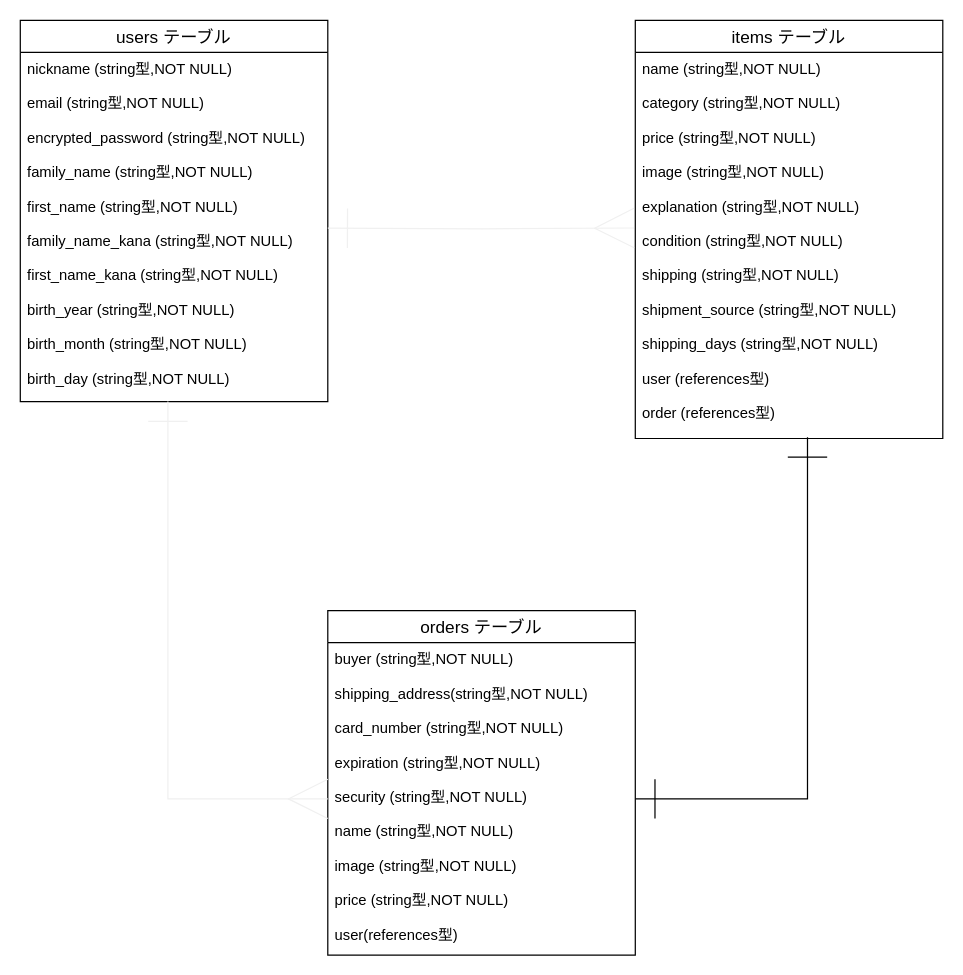
tbs1117/furima-36412 keeps this draw.io diagram as test.dio. Above is the earlier version. Source tidied: cells renumbered, new cells numbered last; positions are measured from the earlier drawing's top-left corner, leaving out a move shared by most shapes. Both pictures are drawn from the tidied source at 123%, with x=0, y=0 at pixel (20, 20).
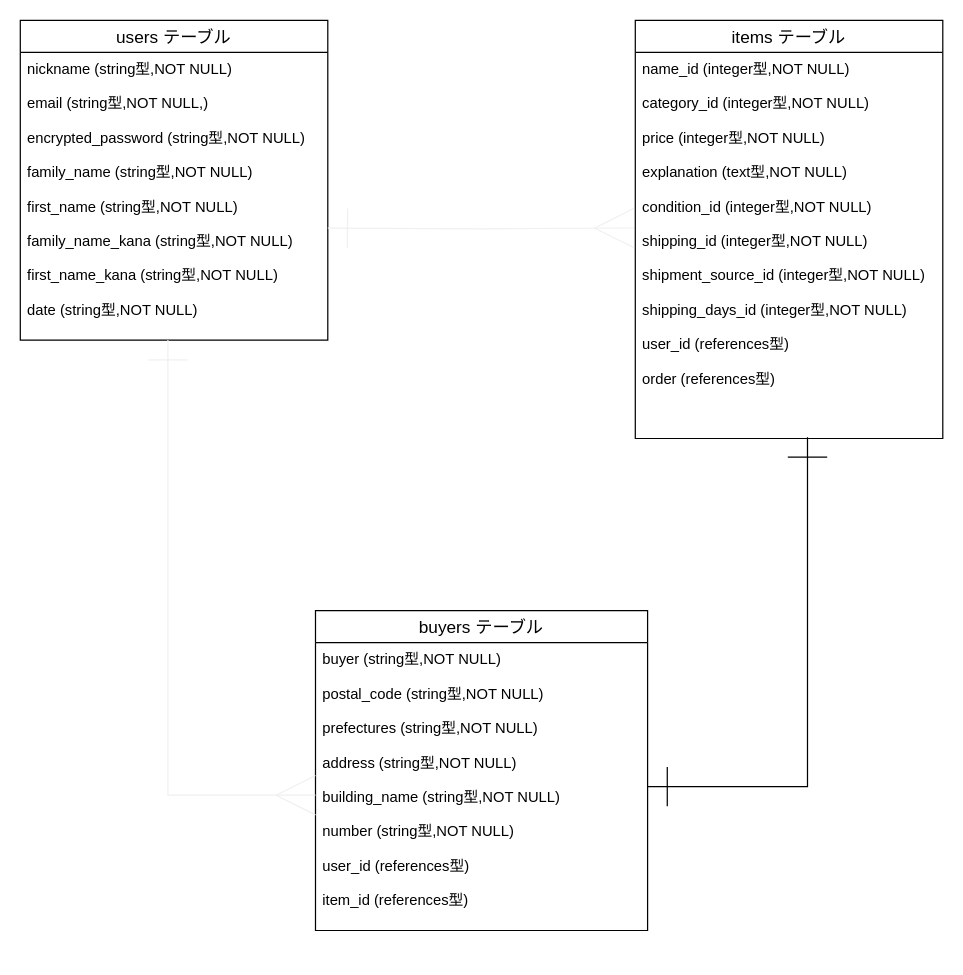
The same page after the edit.

Commit message (it also covers changes not shown here):
データベース設計の修正

Diff of the diagram source:
```diff
@@
 <mxGraphModel>
   <root>
     <mxCell id="0" />
     <mxCell id="1" parent="0" />
     <mxCell id="2" value="users テーブル" style="swimlane;fontStyle=0;horizontal=1;startSize=26;align=center;fontSize=14;" parent="1" vertex="1">
-      <mxGeometry width="250" height="310" as="geometry" />
+      <mxGeometry width="250" height="260" as="geometry" />
     </mxCell>
-    <mxCell id="3" value="nickname (string型,NOT NULL)&#10;&#10;email (string型,NOT NULL)&#10;&#10;encrypted_password (string型,NOT NULL)&#10;&#10;family_name (string型,NOT NULL)&#10;&#10;first_name (string型,NOT NULL)&#10;&#10;family_name_kana (string型,NOT NULL)&#10;&#10;first_name_kana (string型,NOT NULL)&#10;&#10;birth_year (string型,NOT NULL)&#10;&#10;birth_month (string型,NOT NULL)&#10;&#10;birth_day (string型,NOT NULL)" style="text;strokeColor=none;fillColor=none;spacingLeft=4;spacingRight=4;overflow=hidden;points=[[0,0.5],[1,0.5]];portConstraint=eastwest;fontSize=12;" parent="2" vertex="1">
-      <mxGeometry y="26" width="250" height="284" as="geometry" />
+    <mxCell id="3" value="nickname (string型,NOT NULL)&#10;&#10;email (string型,NOT NULL,)&#10;&#10;encrypted_password (string型,NOT NULL)&#10;&#10;family_name (string型,NOT NULL)&#10;&#10;first_name (string型,NOT NULL)&#10;&#10;family_name_kana (string型,NOT NULL)&#10;&#10;first_name_kana (string型,NOT NULL)&#10;&#10;date (string型,NOT NULL)" style="text;strokeColor=none;fillColor=none;spacingLeft=4;spacingRight=4;overflow=hidden;points=[[0,0.5],[1,0.5]];portConstraint=eastwest;fontSize=12;" parent="2" vertex="1">
+      <mxGeometry y="26" width="250" height="234" as="geometry" />
     </mxCell>
     <mxCell id="4" value="items テーブル" style="swimlane;fontStyle=0;horizontal=1;startSize=26;align=center;fontSize=14;" parent="1" vertex="1">
       <mxGeometry x="500" width="250" height="340" as="geometry" />
     </mxCell>
-    <mxCell id="5" value="name (string型,NOT NULL)&#10;&#10;category (string型,NOT NULL)&#10;&#10;price (string型,NOT NULL)&#10;&#10;image (string型,NOT NULL)&#10;&#10;explanation (string型,NOT NULL)&#10;&#10;condition (string型,NOT NULL)&#10;&#10;shipping (string型,NOT NULL)&#10;&#10;shipment_source (string型,NOT NULL)&#10;&#10;shipping_days (string型,NOT NULL)&#10;&#10;user (references型)&#10;&#10;order (references型)" style="text;strokeColor=none;fillColor=none;spacingLeft=4;spacingRight=4;overflow=hidden;points=[[0,0.5],[1,0.5]];portConstraint=eastwest;fontSize=12;" parent="4" vertex="1">
+    <mxCell id="5" value="name_id (integer型,NOT NULL)&#10;&#10;category_id (integer型,NOT NULL)&#10;&#10;price (integer型,NOT NULL)&#10;&#10;explanation (text型,NOT NULL)&#10;&#10;condition_id (integer型,NOT NULL)&#10;&#10;shipping_id (integer型,NOT NULL)&#10;&#10;shipment_source_id (integer型,NOT NULL)&#10;&#10;shipping_days_id (integer型,NOT NULL)&#10;&#10;user_id (references型)&#10;&#10;order (references型)" style="text;strokeColor=none;fillColor=none;spacingLeft=4;spacingRight=4;overflow=hidden;points=[[0,0.5],[1,0.5]];portConstraint=eastwest;fontSize=12;" parent="4" vertex="1">
       <mxGeometry y="26" width="250" height="314" as="geometry" />
     </mxCell>
-    <mxCell id="6" value="orders テーブル" style="swimlane;fontStyle=0;horizontal=1;startSize=26;align=center;fontSize=14;" parent="1" vertex="1">
-      <mxGeometry x="250" y="480" width="250" height="280" as="geometry" />
+    <mxCell id="6" value="buyers テーブル" style="swimlane;fontStyle=0;horizontal=1;startSize=26;align=center;fontSize=14;" parent="1" vertex="1">
+      <mxGeometry x="240" y="480" width="270" height="260" as="geometry" />
     </mxCell>
-    <mxCell id="7" value="buyer (string型,NOT NULL)&#10;&#10;shipping_address(string型,NOT NULL)&#10;&#10;card_number (string型,NOT NULL)&#10;&#10;expiration (string型,NOT NULL)&#10;&#10;security (string型,NOT NULL)&#10;&#10;name (string型,NOT NULL)&#10;&#10;image (string型,NOT NULL)&#10;&#10;price (string型,NOT NULL)&#10;&#10;user(references型)" style="text;strokeColor=none;fillColor=none;spacingLeft=4;spacingRight=4;overflow=hidden;points=[[0,0.5],[1,0.5]];portConstraint=eastwest;fontSize=12;" parent="6" vertex="1">
-      <mxGeometry y="26" width="250" height="254" as="geometry" />
+    <mxCell id="7" value="buyer (string型,NOT NULL)&#10;&#10;postal_code (string型,NOT NULL)&#10;&#10;prefectures (string型,NOT NULL)&#10;&#10;address (string型,NOT NULL)&#10;&#10;building_name (string型,NOT NULL)&#10;&#10;number (string型,NOT NULL)&#10;&#10;user_id (references型)&#10;&#10;item_id (references型)&#10;&#10;" style="text;strokeColor=none;fillColor=none;spacingLeft=4;spacingRight=4;overflow=hidden;points=[[0,0.5],[1,0.5]];portConstraint=eastwest;fontSize=12;" parent="6" vertex="1">
+      <mxGeometry y="26" width="270" height="234" as="geometry" />
     </mxCell>
     <mxCell id="8" style="edgeStyle=orthogonalEdgeStyle;rounded=0;jettySize=auto;html=1;entryX=-0.004;entryY=0.455;entryDx=0;entryDy=0;entryPerimeter=0;endArrow=ERmany;endFill=0;strokeWidth=1;strokeColor=#F0F0F0;endSize=30;startArrow=ERone;startFill=0;startSize=30;" parent="1" edge="1" target="5">
       <mxGeometry relative="1" as="geometry">
         <mxPoint x="250" y="169" as="sourcePoint" />
       </mxGeometry>
     </mxCell>
     <mxCell id="9" style="rounded=0;jettySize=auto;html=1;exitX=1;exitY=0.5;exitDx=0;exitDy=0;endArrow=ERone;endFill=0;entryX=0.56;entryY=0.997;entryDx=0;entryDy=0;entryPerimeter=0;jumpSize=16;endSize=30;startSize=30;edgeStyle=orthogonalEdgeStyle;startArrow=ERone;startFill=0;" parent="1" edge="1" source="7" target="5">
       <mxGeometry relative="1" as="geometry" />
     </mxCell>
-    <mxCell id="10" style="edgeStyle=orthogonalEdgeStyle;rounded=0;jumpSize=16;jettySize=auto;html=1;entryX=0;entryY=0.5;entryDx=0;entryDy=0;endArrow=ERmany;endFill=0;startSize=30;endSize=30;strokeColor=#F0F0F0;strokeWidth=1;targetPerimeterSpacing=0;sourcePerimeterSpacing=0;startArrow=ERone;startFill=0;" parent="1" edge="1" source="3" target="7">
+    <mxCell id="10" style="edgeStyle=orthogonalEdgeStyle;rounded=0;jumpSize=16;jettySize=auto;html=1;endArrow=ERmany;endFill=0;startSize=30;endSize=30;strokeColor=#F0F0F0;strokeWidth=1;targetPerimeterSpacing=0;sourcePerimeterSpacing=0;startArrow=ERone;startFill=0;" parent="1" edge="1" source="3">
       <mxGeometry relative="1" as="geometry">
+        <mxPoint x="240" y="630" as="targetPoint" />
         <Array as="points">
-          <mxPoint x="120" y="633" />
+          <mxPoint x="120" y="630" />
         </Array>
       </mxGeometry>
     </mxCell>
   </root>
 </mxGraphModel>
```
